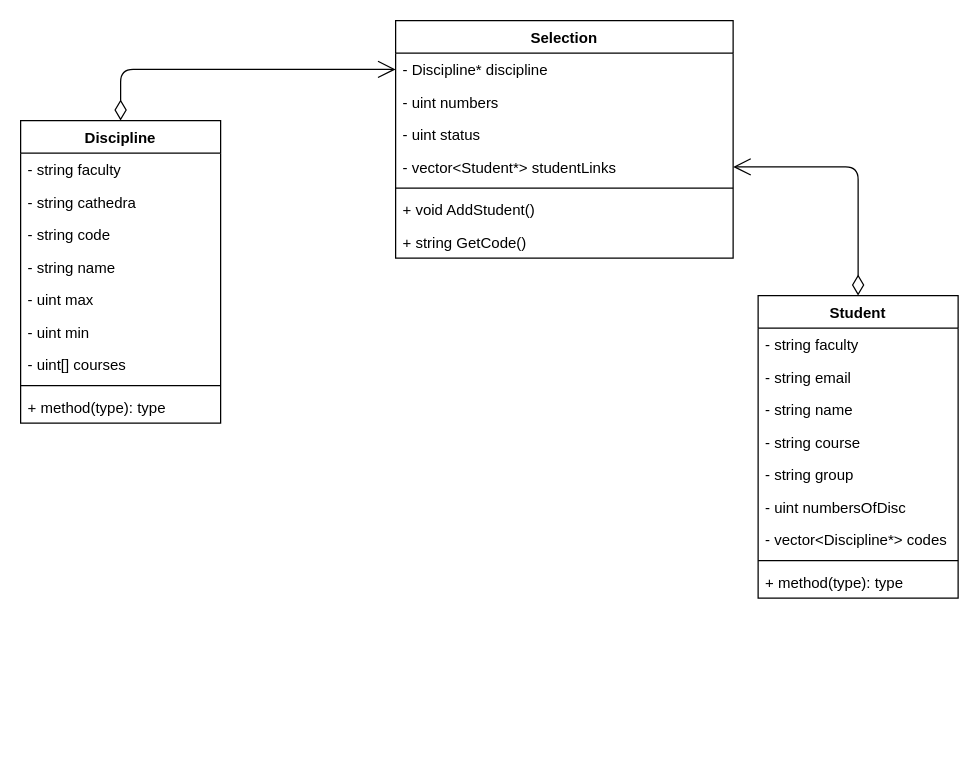
Earlier version of the draw.io diagram docs/UML.drawio (LeshanovAndrei/discipline-vote-result-processor). Source tidied: cells renumbered, new cells numbered last; positions are measured from the earlier drawing's top-left corner, leaving out a move shared by most shapes. Both pictures are drawn from the tidied source at 125%, with x=0, y=0 at pixel (20, 20).
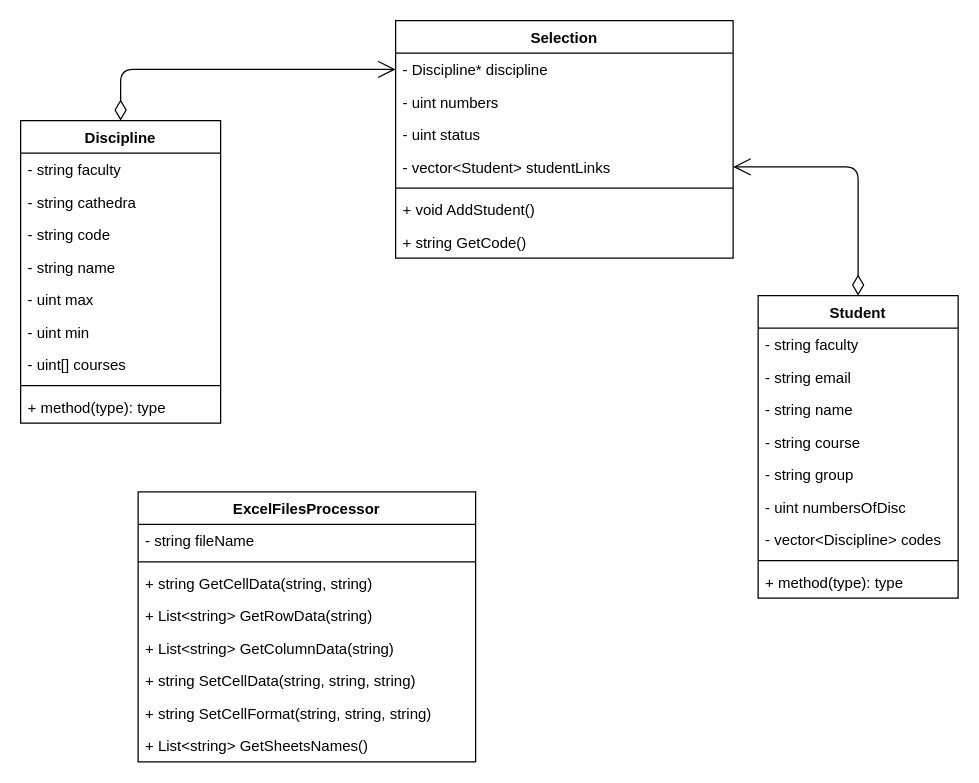
The same page after the edit.

The change refers to these unchanged cells:
```xml
<mxCell id="12" value="Selection" style="swimlane;fontStyle=1;align=center;verticalAlign=top;horizontal=1;startSize=26;" parent="1" vertex="1">
  <mxGeometry x="300" width="270" height="190" as="geometry" />
</mxCell>
<mxCell id="20" value="Student" style="swimlane;fontStyle=1;align=center;verticalAlign=top;horizontal=1;startSize=26;" parent="1" vertex="1">
  <mxGeometry x="590" y="220" width="160" height="242" as="geometry" />
</mxCell>
```

Diff of the diagram source:
```diff
@@
-    <mxCell id="16" value="- vector&lt;Student*&gt; studentLinks" style="text;strokeColor=none;fillColor=none;align=left;verticalAlign=top;spacingLeft=4;spacingRight=4;overflow=hidden;points=[[0,0.5],[1,0.5]];portConstraint=eastwest;" parent="12" vertex="1">
+    <mxCell id="16" value="- vector&lt;Student&gt; studentLinks" style="text;strokeColor=none;fillColor=none;align=left;verticalAlign=top;spacingLeft=4;spacingRight=4;overflow=hidden;points=[[0,0.5],[1,0.5]];portConstraint=eastwest;" parent="12" vertex="1">
       <mxGeometry y="104" width="270" height="26" as="geometry" />
     </mxCell>
@@
-    <mxCell id="27" value="- vector&lt;Discipline*&gt; codes" style="text;strokeColor=none;fillColor=none;align=left;verticalAlign=top;spacingLeft=4;spacingRight=4;overflow=hidden;" parent="20" vertex="1">
+    <mxCell id="27" value="- vector&lt;Discipline&gt; codes" style="text;strokeColor=none;fillColor=none;align=left;verticalAlign=top;spacingLeft=4;spacingRight=4;overflow=hidden;" parent="20" vertex="1">
       <mxGeometry y="182" width="160" height="26" as="geometry" />
     </mxCell>
@@
+    <mxCell id="32" value="ExcelFilesProcessor" style="swimlane;fontStyle=1;align=center;verticalAlign=top;horizontal=1;startSize=26;" parent="1" vertex="1">
+      <mxGeometry x="94" y="377" width="270" height="216" as="geometry" />
+    </mxCell>
+    <mxCell id="33" value="- string fileName" style="text;strokeColor=none;fillColor=none;align=left;verticalAlign=top;spacingLeft=4;spacingRight=4;overflow=hidden;" parent="32" vertex="1">
+      <mxGeometry y="26" width="270" height="26" as="geometry" />
+    </mxCell>
+    <mxCell id="34" style="line;strokeWidth=1;fillColor=none;align=left;verticalAlign=middle;spacingTop=-1;spacingLeft=3;spacingRight=3;labelPosition=right;" parent="32" vertex="1">
+      <mxGeometry y="52" width="270" height="8" as="geometry" />
+    </mxCell>
+    <mxCell id="35" value="+ string GetCellData(string, string)" style="text;strokeColor=none;fillColor=none;align=left;verticalAlign=top;spacingLeft=4;spacingRight=4;overflow=hidden;" parent="32" vertex="1">
+      <mxGeometry y="60" width="270" height="26" as="geometry" />
+    </mxCell>
+    <mxCell id="36" value="+ List&lt;string&gt; GetRowData(string)" style="text;strokeColor=none;fillColor=none;align=left;verticalAlign=top;spacingLeft=4;spacingRight=4;overflow=hidden;" parent="32" vertex="1">
+      <mxGeometry y="86" width="270" height="26" as="geometry" />
+    </mxCell>
+    <mxCell id="37" value="+ List&lt;string&gt; GetColumnData(string)" style="text;strokeColor=none;fillColor=none;align=left;verticalAlign=top;spacingLeft=4;spacingRight=4;overflow=hidden;" parent="32" vertex="1">
+      <mxGeometry y="112" width="270" height="26" as="geometry" />
+    </mxCell>
+    <mxCell id="38" value="+ string SetCellData(string, string, string)" style="text;strokeColor=none;fillColor=none;align=left;verticalAlign=top;spacingLeft=4;spacingRight=4;overflow=hidden;" parent="32" vertex="1">
+      <mxGeometry y="138" width="270" height="26" as="geometry" />
+    </mxCell>
+    <mxCell id="39" value="+ string SetCellFormat(string, string, string)" style="text;strokeColor=none;fillColor=none;align=left;verticalAlign=top;spacingLeft=4;spacingRight=4;overflow=hidden;" parent="32" vertex="1">
+      <mxGeometry y="164" width="270" height="26" as="geometry" />
+    </mxCell>
+    <mxCell id="40" value="+ List&lt;string&gt; GetSheetsNames()" style="text;strokeColor=none;fillColor=none;align=left;verticalAlign=top;spacingLeft=4;spacingRight=4;overflow=hidden;" parent="32" vertex="1">
+      <mxGeometry y="190" width="270" height="26" as="geometry" />
+    </mxCell>
```
